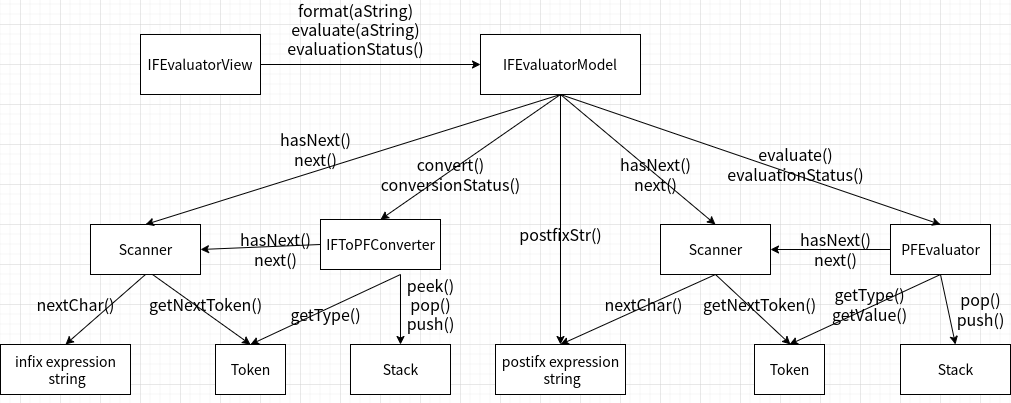
This is evaluating_postfix_expressions/blog/evaluate_interaction.png from hexu1985/Data.Structures.And.Algorithms.Tutorial, a draw.io export, as it was before one commit. Source tidied: cells renumbered, new cells last; positions are measured from the earlier drawing's top-left corner, leaving out a move shared by most shapes.
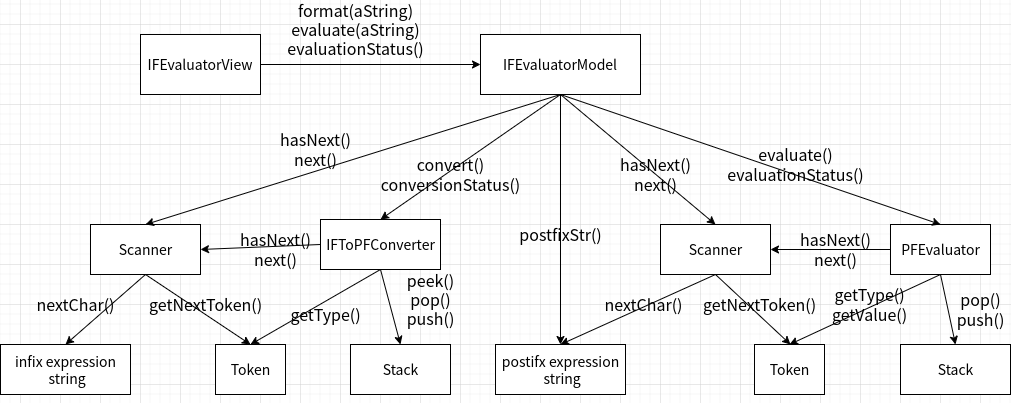
The same diagram one commit later.

Diff of the diagram source:
```diff
@@ -106,25 +106,22 @@
     <mxCell id="33" value="&lt;font style=&quot;&quot;&gt;&lt;span style=&quot;font-size: 16px;&quot;&gt;getNextToken()&lt;/span&gt;&lt;br&gt;&lt;/font&gt;" style="text;html=1;align=center;verticalAlign=middle;strokeColor=none;fillColor=none;" parent="1" vertex="1">
       <mxGeometry x="140" y="290" width="130" height="20" as="geometry" />
     </mxCell>
-    <mxCell id="34" style="endArrow=classic;html=1;rounded=0;fontSize=16;entryX=0.5;entryY=0;entryDx=0;entryDy=0;exitX=0.564;exitY=1;exitDx=0;exitDy=0;exitPerimeter=0;" parent="1" edge="1" source="4" target="10">
+    <mxCell id="34" style="endArrow=classic;html=1;rounded=0;fontSize=16;entryX=0.5;entryY=0;entryDx=0;entryDy=0;exitX=0.5;exitY=1;exitDx=0;exitDy=0;" parent="1" edge="1" source="4" target="10">
       <mxGeometry relative="1" as="geometry" />
     </mxCell>
-    <mxCell id="35" style="endArrow=classic;html=1;rounded=0;fontSize=16;" parent="1" edge="1">
+    <mxCell id="35" style="endArrow=classic;html=1;rounded=0;fontSize=16;exitX=0.5;exitY=1;exitDx=0;exitDy=0;" parent="1" edge="1" source="3">
       <mxGeometry relative="1" as="geometry">
-        <mxPoint x="400" y="270" as="sourcePoint" />
         <mxPoint x="250" y="340" as="targetPoint" />
       </mxGeometry>
     </mxCell>
     <mxCell id="36" value="&lt;font style=&quot;font-size: 16px;&quot;&gt;getType()&lt;br&gt;&lt;/font&gt;" style="text;html=1;align=center;verticalAlign=middle;strokeColor=none;fillColor=none;" parent="1" vertex="1">
       <mxGeometry x="280" y="300" width="90" height="20" as="geometry" />
     </mxCell>
-    <mxCell id="37" style="endArrow=classic;html=1;rounded=0;fontSize=16;entryX=0.5;entryY=0;entryDx=0;entryDy=0;" parent="1" edge="1" target="13">
-      <mxGeometry relative="1" as="geometry">
-        <mxPoint x="400" y="270" as="sourcePoint" />
-      </mxGeometry>
+    <mxCell id="37" style="endArrow=classic;html=1;rounded=0;fontSize=16;entryX=0.5;entryY=0;entryDx=0;entryDy=0;exitX=0.5;exitY=1;exitDx=0;exitDy=0;" parent="1" edge="1" source="3" target="13">
+      <mxGeometry relative="1" as="geometry" />
     </mxCell>
     <mxCell id="38" value="&lt;font style=&quot;font-size: 16px;&quot;&gt;peek()&lt;br&gt;pop()&lt;br&gt;push()&lt;br&gt;&lt;/font&gt;" style="text;html=1;align=center;verticalAlign=middle;strokeColor=none;fillColor=none;" parent="1" vertex="1">
-      <mxGeometry x="400" y="275" width="60" height="50" as="geometry" />
+      <mxGeometry x="400" y="270" width="60" height="50" as="geometry" />
     </mxCell>
     <mxCell id="39" value="&lt;font style=&quot;font-size: 16px;&quot;&gt;nextChar()&lt;br&gt;&lt;/font&gt;" style="text;html=1;align=center;verticalAlign=middle;strokeColor=none;fillColor=none;" parent="1" vertex="1">
       <mxGeometry x="597.5" y="290" width="90" height="20" as="geometry" />
```
